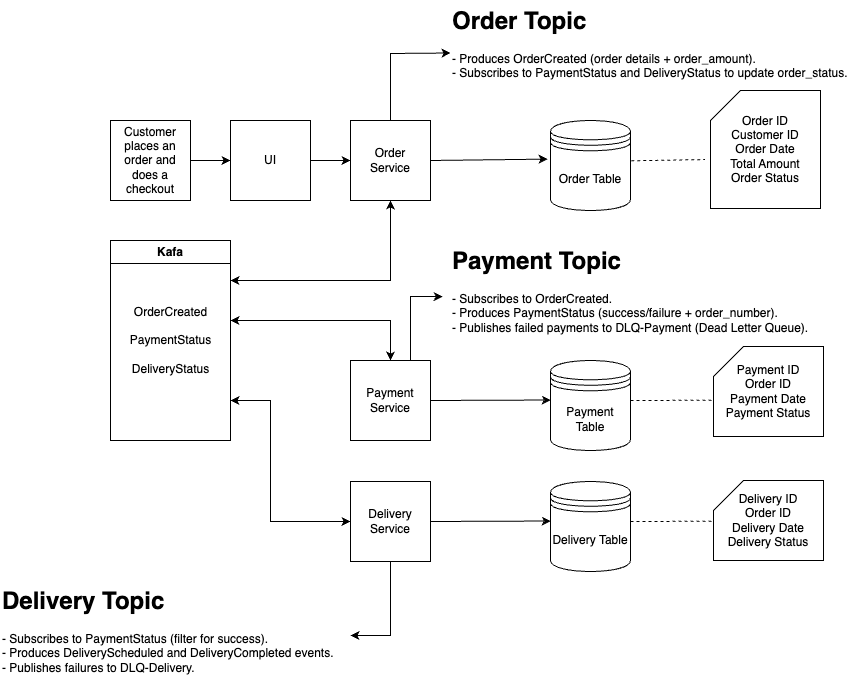
Earlier version of the draw.io export assets/images/grocery-delivery-app.png (StephenDsouza90/grocery-delivery-app). Source tidied: cells renumbered, new cells last; positions are measured from the earlier drawing's top-left corner, leaving out a move shared by most shapes.
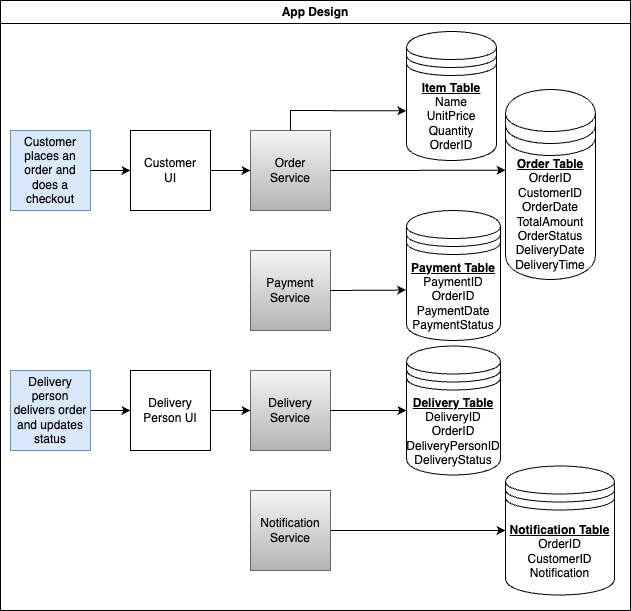
The same file after the commit.

Commit message:
Updated app and kafka design

The edit, as a diff of the source:
```diff
@@ -2,131 +2,78 @@
   <root>
     <mxCell id="0" />
     <mxCell id="1" parent="0" />
-    <mxCell id="2" value="Customer places an order and does a checkout" style="whiteSpace=wrap;html=1;" parent="1" vertex="1">
+    <mxCell id="2" value="Customer places an order and does a checkout" style="whiteSpace=wrap;html=1;fillColor=#dae8fc;strokeColor=#6c8ebf;" parent="1" vertex="1">
       <mxGeometry x="110" y="120" width="80" height="80" as="geometry" />
     </mxCell>
-    <mxCell id="3" value="Payment&lt;div&gt;Service&lt;/div&gt;" style="whiteSpace=wrap;html=1;" parent="1" vertex="1">
-      <mxGeometry x="350" y="360" width="80" height="80" as="geometry" />
+    <mxCell id="3" value="Payment&lt;div&gt;Service&lt;/div&gt;" style="whiteSpace=wrap;html=1;fillColor=#f5f5f5;gradientColor=#b3b3b3;strokeColor=#666666;" parent="1" vertex="1">
+      <mxGeometry x="350" y="240" width="80" height="80" as="geometry" />
     </mxCell>
-    <mxCell id="4" value="Delivery&lt;div&gt;Service&lt;/div&gt;" style="whiteSpace=wrap;html=1;" parent="1" vertex="1">
-      <mxGeometry x="350" y="481" width="80" height="80" as="geometry" />
+    <mxCell id="4" value="Delivery&lt;div&gt;Service&lt;/div&gt;" style="whiteSpace=wrap;html=1;fillColor=#f5f5f5;gradientColor=#b3b3b3;strokeColor=#666666;" parent="1" vertex="1">
+      <mxGeometry x="350" y="360" width="80" height="80" as="geometry" />
     </mxCell>
-    <mxCell id="5" value="Order&lt;div&gt;Service&lt;/div&gt;" style="whiteSpace=wrap;html=1;" parent="1" vertex="1">
+    <mxCell id="5" value="Order&lt;div&gt;Service&lt;/div&gt;" style="whiteSpace=wrap;html=1;fillColor=#f5f5f5;gradientColor=#b3b3b3;strokeColor=#666666;" parent="1" vertex="1">
       <mxGeometry x="350" y="120" width="80" height="80" as="geometry" />
     </mxCell>
     <mxCell id="6" style="endArrow=classic;html=1;rounded=0;exitX=1;exitY=0.5;exitDx=0;exitDy=0;entryX=0;entryY=0.5;entryDx=0;entryDy=0;" parent="1" edge="1" source="31" target="5">
       <mxGeometry relative="1" as="geometry" />
     </mxCell>
-    <mxCell id="7" value="Order Table" style="shape=datastore;whiteSpace=wrap;html=1;" parent="1" vertex="1">
-      <mxGeometry x="550" y="120" width="80" height="90" as="geometry" />
+    <mxCell id="7" value="&lt;b&gt;&lt;u&gt;Order Table&lt;/u&gt;&lt;/b&gt;&lt;div&gt;OrderID&lt;div&gt;CustomerID&lt;/div&gt;&lt;div&gt;OrderDate&lt;/div&gt;&lt;div&gt;&lt;span style=&quot;background-color: transparent; color: light-dark(rgb(0, 0, 0), rgb(255, 255, 255));&quot;&gt;TotalAmount&lt;/span&gt;&lt;/div&gt;&lt;div&gt;OrderStatus&lt;/div&gt;&lt;/div&gt;&lt;div&gt;DeliveryDate&lt;/div&gt;&lt;div&gt;DeliveryTime&lt;/div&gt;" style="shape=datastore;whiteSpace=wrap;html=1;" parent="1" vertex="1">
+      <mxGeometry x="605" y="79" width="90" height="190" as="geometry" />
     </mxCell>
-    <mxCell id="8" value="Order ID&lt;div&gt;Customer ID&lt;/div&gt;&lt;div&gt;Order Date&lt;/div&gt;&lt;div&gt;&lt;span style=&quot;background-color: transparent; color: light-dark(rgb(0, 0, 0), rgb(255, 255, 255));&quot;&gt;Total Amount&lt;/span&gt;&lt;/div&gt;&lt;div&gt;Order Status&lt;/div&gt;" style="shape=card;whiteSpace=wrap;html=1;" parent="1" vertex="1">
-      <mxGeometry x="710" y="90" width="110" height="118" as="geometry" />
-    </mxCell>
-    <mxCell id="9" style="endArrow=none;dashed=1;html=1;rounded=0;exitX=1.008;exitY=0.448;exitDx=0;exitDy=0;entryX=-0.05;entryY=0.585;entryDx=0;entryDy=0;entryPerimeter=0;exitPerimeter=0;" parent="1" edge="1" source="7" target="8">
-      <mxGeometry relative="1" as="geometry" />
-    </mxCell>
-    <mxCell id="10" style="endArrow=classic;html=1;rounded=0;exitX=1;exitY=0.5;exitDx=0;exitDy=0;entryX=-0.035;entryY=0.429;entryDx=0;entryDy=0;entryPerimeter=0;" parent="1" edge="1" source="5" target="7">
+    <mxCell id="10" style="endArrow=classic;html=1;rounded=0;exitX=1;exitY=0.5;exitDx=0;exitDy=0;entryX=0.001;entryY=0.425;entryDx=0;entryDy=0;entryPerimeter=0;" parent="1" edge="1" source="5" target="7">
       <mxGeometry relative="1" as="geometry" />
     </mxCell>
-    <mxCell id="11" value="Kafa" style="swimlane;whiteSpace=wrap;html=1;" parent="1" vertex="1">
-      <mxGeometry x="110" y="240" width="120" height="200" as="geometry" />
-    </mxCell>
-    <mxCell id="12" value="OrderCreated&lt;div&gt;&lt;br&gt;&lt;/div&gt;&lt;div&gt;PaymentStatus&lt;/div&gt;&lt;div&gt;&lt;br&gt;&lt;/div&gt;&lt;div&gt;DeliveryStatus&lt;/div&gt;" style="text;html=1;align=center;verticalAlign=middle;strokeColor=none;fillColor=none;" parent="11" vertex="1">
-      <mxGeometry x="10" y="55" width="100" height="90" as="geometry" />
-    </mxCell>
-    <mxCell id="13" value="Payment Table" style="shape=datastore;whiteSpace=wrap;html=1;" parent="1" vertex="1">
-      <mxGeometry x="550" y="360" width="80" height="90" as="geometry" />
+    <mxCell id="13" value="&lt;b&gt;&lt;u&gt;Payment Table&lt;/u&gt;&lt;/b&gt;&lt;div&gt;&lt;div&gt;PaymentID&lt;/div&gt;OrderID&lt;div&gt;&lt;span style=&quot;background-color: transparent; color: light-dark(rgb(0, 0, 0), rgb(255, 255, 255));&quot;&gt;PaymentDate&lt;/span&gt;&lt;/div&gt;&lt;div&gt;&lt;span style=&quot;background-color: transparent; color: light-dark(rgb(0, 0, 0), rgb(255, 255, 255));&quot;&gt;PaymentStatus&lt;/span&gt;&lt;/div&gt;&lt;/div&gt;" style="shape=datastore;whiteSpace=wrap;html=1;" parent="1" vertex="1">
+      <mxGeometry x="506" y="200" width="94" height="130" as="geometry" />
     </mxCell>
-    <mxCell id="14" value="&lt;div&gt;Payment ID&lt;/div&gt;Order ID&lt;div&gt;&lt;span style=&quot;background-color: transparent; color: light-dark(rgb(0, 0, 0), rgb(255, 255, 255));&quot;&gt;Payment Date&lt;/span&gt;&lt;/div&gt;&lt;div&gt;&lt;span style=&quot;background-color: transparent; color: light-dark(rgb(0, 0, 0), rgb(255, 255, 255));&quot;&gt;Payment Status&lt;/span&gt;&lt;/div&gt;" style="shape=card;whiteSpace=wrap;html=1;" parent="1" vertex="1">
-      <mxGeometry x="713" y="346" width="110" height="90" as="geometry" />
-    </mxCell>
-    <mxCell id="15" style="endArrow=none;dashed=1;html=1;rounded=0;exitX=1.008;exitY=0.448;exitDx=0;exitDy=0;entryX=-0.05;entryY=0.585;entryDx=0;entryDy=0;entryPerimeter=0;exitPerimeter=0;" parent="1" edge="1">
-      <mxGeometry relative="1" as="geometry">
-        <mxPoint x="630" y="400" as="sourcePoint" />
-        <mxPoint x="713.5" y="399.7" as="targetPoint" />
-      </mxGeometry>
-    </mxCell>
-    <mxCell id="16" style="endArrow=classic;html=1;rounded=0;exitX=1;exitY=0.5;exitDx=0;exitDy=0;entryX=0.004;entryY=0.439;entryDx=0;entryDy=0;entryPerimeter=0;" parent="1" edge="1" source="3" target="13">
+    <mxCell id="16" style="endArrow=classic;html=1;rounded=0;exitX=1;exitY=0.5;exitDx=0;exitDy=0;entryX=-0.004;entryY=0.612;entryDx=0;entryDy=0;entryPerimeter=0;" parent="1" edge="1" source="3" target="13">
       <mxGeometry relative="1" as="geometry" />
     </mxCell>
-    <mxCell id="17" style="endArrow=classic;startArrow=classic;html=1;rounded=0;entryX=0.5;entryY=0;entryDx=0;entryDy=0;" parent="1" edge="1" target="3">
-      <mxGeometry relative="1" as="geometry">
-        <mxPoint x="230" y="320" as="sourcePoint" />
-        <Array as="points">
-          <mxPoint x="390" y="320" />
-        </Array>
-      </mxGeometry>
-    </mxCell>
-    <mxCell id="18" style="endArrow=classic;startArrow=classic;html=1;rounded=0;entryX=0;entryY=0.5;entryDx=0;entryDy=0;" parent="1" edge="1" target="4">
-      <mxGeometry relative="1" as="geometry">
-        <mxPoint x="230" y="400" as="sourcePoint" />
-        <Array as="points">
-          <mxPoint x="270" y="400" />
-          <mxPoint x="270" y="521" />
-        </Array>
-      </mxGeometry>
-    </mxCell>
-    <mxCell id="19" style="endArrow=classic;startArrow=classic;html=1;rounded=0;entryX=0.5;entryY=1;entryDx=0;entryDy=0;" parent="1" edge="1" target="5">
-      <mxGeometry relative="1" as="geometry">
-        <mxPoint x="230" y="280" as="sourcePoint" />
-        <Array as="points">
-          <mxPoint x="390" y="280" />
-        </Array>
-      </mxGeometry>
-    </mxCell>
-    <mxCell id="20" value="Delivery Table" style="shape=datastore;whiteSpace=wrap;html=1;" parent="1" vertex="1">
-      <mxGeometry x="550" y="481" width="80" height="90" as="geometry" />
+    <mxCell id="20" value="&lt;b&gt;&lt;u&gt;Delivery Table&lt;/u&gt;&lt;/b&gt;&lt;div&gt;DeliveryID&lt;div&gt;OrderID&lt;/div&gt;&lt;div&gt;DeliveryPersonID&lt;/div&gt;&lt;div&gt;&lt;span style=&quot;background-color: transparent; color: light-dark(rgb(0, 0, 0), rgb(255, 255, 255));&quot;&gt;DeliveryStatus&lt;/span&gt;&lt;/div&gt;&lt;/div&gt;" style="shape=datastore;whiteSpace=wrap;html=1;" parent="1" vertex="1">
+      <mxGeometry x="506" y="335.5" width="94" height="129" as="geometry" />
     </mxCell>
-    <mxCell id="21" value="Delivery ID&lt;div&gt;Order ID&lt;/div&gt;&lt;div&gt;&lt;span style=&quot;background-color: transparent; color: light-dark(rgb(0, 0, 0), rgb(255, 255, 255));&quot;&gt;Delivery Date&lt;/span&gt;&lt;/div&gt;&lt;div&gt;Delivery Status&lt;/div&gt;" style="shape=card;whiteSpace=wrap;html=1;" parent="1" vertex="1">
-      <mxGeometry x="713" y="480" width="110" height="80" as="geometry" />
-    </mxCell>
-    <mxCell id="22" style="endArrow=none;dashed=1;html=1;rounded=0;exitX=1.008;exitY=0.448;exitDx=0;exitDy=0;entryX=-0.05;entryY=0.585;entryDx=0;entryDy=0;entryPerimeter=0;exitPerimeter=0;" parent="1" edge="1">
-      <mxGeometry relative="1" as="geometry">
-        <mxPoint x="630" y="521" as="sourcePoint" />
-        <mxPoint x="713.5" y="520.7" as="targetPoint" />
-      </mxGeometry>
-    </mxCell>
-    <mxCell id="23" style="endArrow=classic;html=1;rounded=0;exitX=1;exitY=0.5;exitDx=0;exitDy=0;entryX=0.004;entryY=0.439;entryDx=0;entryDy=0;entryPerimeter=0;" parent="1" edge="1" target="20">
-      <mxGeometry relative="1" as="geometry">
-        <mxPoint x="430" y="521" as="sourcePoint" />
-      </mxGeometry>
+    <mxCell id="23" style="endArrow=classic;html=1;rounded=0;exitX=1;exitY=0.5;exitDx=0;exitDy=0;entryX=0;entryY=0.5;entryDx=0;entryDy=0;" parent="1" edge="1" source="4" target="20">
+      <mxGeometry relative="1" as="geometry" />
     </mxCell>
-    <mxCell id="24" style="endArrow=classic;html=1;rounded=0;exitX=0.5;exitY=0;exitDx=0;exitDy=0;entryX=0;entryY=0.5;entryDx=0;entryDy=0;" parent="1" edge="1" source="5" target="25">
-      <mxGeometry relative="1" as="geometry">
-        <Array as="points">
-          <mxPoint x="390" y="53" />
-        </Array>
-      </mxGeometry>
-    </mxCell>
-    <mxCell id="25" value="&lt;h1 style=&quot;margin-top: 0px;&quot;&gt;Order Topic&lt;/h1&gt;&lt;p&gt;- Produces OrderCreated (order details + order_amount).&lt;br&gt;- Subscribes to PaymentStatus and DeliveryStatus to update order_status.&lt;/p&gt;&lt;p&gt;&lt;/p&gt;" style="text;html=1;whiteSpace=wrap;overflow=hidden;rounded=0;" parent="1" vertex="1">
-      <mxGeometry x="450" width="410" height="105" as="geometry" />
-    </mxCell>
-    <mxCell id="26" value="&lt;h1 style=&quot;margin-top: 0px;&quot;&gt;Payment Topic&lt;/h1&gt;&lt;p style=&quot;margin-top: 0px;&quot;&gt;- Subscribes to OrderCreated.&lt;br&gt;- Produces PaymentStatus (success/failure + order_number).&lt;br&gt;- Publishes failed payments to DLQ-Payment (Dead Letter Queue).&lt;/p&gt;" style="text;html=1;whiteSpace=wrap;overflow=hidden;rounded=0;" parent="1" vertex="1">
-      <mxGeometry x="450" y="240" width="370" height="100" as="geometry" />
-    </mxCell>
-    <mxCell id="27" style="endArrow=classic;html=1;rounded=0;exitX=0.75;exitY=0;exitDx=0;exitDy=0;entryX=-0.021;entryY=0.56;entryDx=0;entryDy=0;entryPerimeter=0;" parent="1" edge="1" source="3" target="26">
-      <mxGeometry relative="1" as="geometry">
-        <Array as="points">
-          <mxPoint x="410" y="296" />
-        </Array>
-      </mxGeometry>
-    </mxCell>
-    <mxCell id="28" value="&lt;h1 style=&quot;margin-top: 0px;&quot;&gt;Delivery Topic&lt;/h1&gt;&lt;p&gt;- Subscribes to PaymentStatus (filter for success).&lt;br&gt;- Produces DeliveryScheduled and DeliveryCompleted events.&lt;br&gt;- Publishes failures to DLQ-Delivery.&lt;/p&gt;&lt;p&gt;&lt;/p&gt;" style="text;html=1;whiteSpace=wrap;overflow=hidden;rounded=0;" parent="1" vertex="1">
-      <mxGeometry y="580" width="350" height="110" as="geometry" />
-    </mxCell>
-    <mxCell id="29" style="endArrow=classic;html=1;rounded=0;exitX=0.5;exitY=1;exitDx=0;exitDy=0;entryX=1;entryY=0.5;entryDx=0;entryDy=0;" parent="1" edge="1" source="4" target="28">
-      <mxGeometry relative="1" as="geometry">
-        <Array as="points">
-          <mxPoint x="390" y="635" />
-        </Array>
-      </mxGeometry>
-    </mxCell>
     <mxCell id="30" style="endArrow=classic;html=1;rounded=0;exitX=1;exitY=0.5;exitDx=0;exitDy=0;entryX=0;entryY=0.5;entryDx=0;entryDy=0;" parent="1" edge="1" source="2" target="31">
       <mxGeometry relative="1" as="geometry" />
     </mxCell>
-    <mxCell id="31" value="UI" style="whiteSpace=wrap;html=1;" parent="1" vertex="1">
+    <mxCell id="31" value="Customer&lt;div&gt;UI&lt;/div&gt;" style="whiteSpace=wrap;html=1;" parent="1" vertex="1">
       <mxGeometry x="230" y="120" width="80" height="80" as="geometry" />
     </mxCell>
+    <mxCell id="32" value="&lt;b&gt;&lt;u&gt;Item Table&lt;/u&gt;&lt;/b&gt;&lt;div&gt;Name&lt;/div&gt;&lt;div&gt;UnitPrice&lt;/div&gt;&lt;div&gt;Quantity&lt;/div&gt;&lt;div&gt;OrderID&lt;/div&gt;" style="shape=datastore;whiteSpace=wrap;html=1;" parent="1" vertex="1">
+      <mxGeometry x="506" y="21" width="90" height="129" as="geometry" />
+    </mxCell>
+    <mxCell id="33" style="endArrow=classic;html=1;rounded=0;exitX=0.5;exitY=0;exitDx=0;exitDy=0;entryX=0;entryY=0.615;entryDx=0;entryDy=0;entryPerimeter=0;" parent="1" edge="1" source="5" target="32">
+      <mxGeometry relative="1" as="geometry">
+        <Array as="points">
+          <mxPoint x="390" y="100" />
+        </Array>
+      </mxGeometry>
+    </mxCell>
+    <mxCell id="34" style="edgeStyle=orthogonalEdgeStyle;rounded=0;jettySize=auto;html=1;" parent="1" edge="1" source="35" target="37">
+      <mxGeometry relative="1" as="geometry" />
+    </mxCell>
+    <mxCell id="35" value="Delivery person delivers order and updates status" style="whiteSpace=wrap;html=1;fillColor=#dae8fc;strokeColor=#6c8ebf;" parent="1" vertex="1">
+      <mxGeometry x="110" y="360" width="80" height="80" as="geometry" />
+    </mxCell>
+    <mxCell id="36" style="edgeStyle=orthogonalEdgeStyle;rounded=0;jettySize=auto;html=1;" parent="1" edge="1" source="37" target="4">
+      <mxGeometry relative="1" as="geometry" />
+    </mxCell>
+    <mxCell id="37" value="Delivery Person UI" style="whiteSpace=wrap;html=1;" parent="1" vertex="1">
+      <mxGeometry x="230" y="360" width="80" height="80" as="geometry" />
+    </mxCell>
+    <mxCell id="38" style="edgeStyle=orthogonalEdgeStyle;rounded=0;jettySize=auto;html=1;" parent="1" edge="1" source="39" target="40">
+      <mxGeometry relative="1" as="geometry" />
+    </mxCell>
+    <mxCell id="39" value="Notification&lt;div&gt;Service&lt;/div&gt;" style="whiteSpace=wrap;html=1;fillColor=#f5f5f5;gradientColor=#b3b3b3;strokeColor=#666666;" parent="1" vertex="1">
+      <mxGeometry x="350" y="480" width="80" height="80" as="geometry" />
+    </mxCell>
+    <mxCell id="40" value="&lt;b&gt;&lt;u&gt;Notification Table&lt;/u&gt;&lt;/b&gt;&lt;div&gt;&lt;span style=&quot;background-color: transparent; color: light-dark(rgb(0, 0, 0), rgb(255, 255, 255));&quot;&gt;OrderID&lt;/span&gt;&lt;/div&gt;&lt;div&gt;CustomerID&lt;/div&gt;&lt;div&gt;Notification&lt;/div&gt;" style="shape=datastore;whiteSpace=wrap;html=1;" parent="1" vertex="1">
+      <mxGeometry x="605" y="455.5" width="109" height="129" as="geometry" />
+    </mxCell>
+    <mxCell id="41" value="App Design" style="swimlane;whiteSpace=wrap;html=1;" parent="1" vertex="1">
+      <mxGeometry x="100" y="-10" width="630" height="610" as="geometry" />
+    </mxCell>
   </root>
 </mxGraphModel>
```
